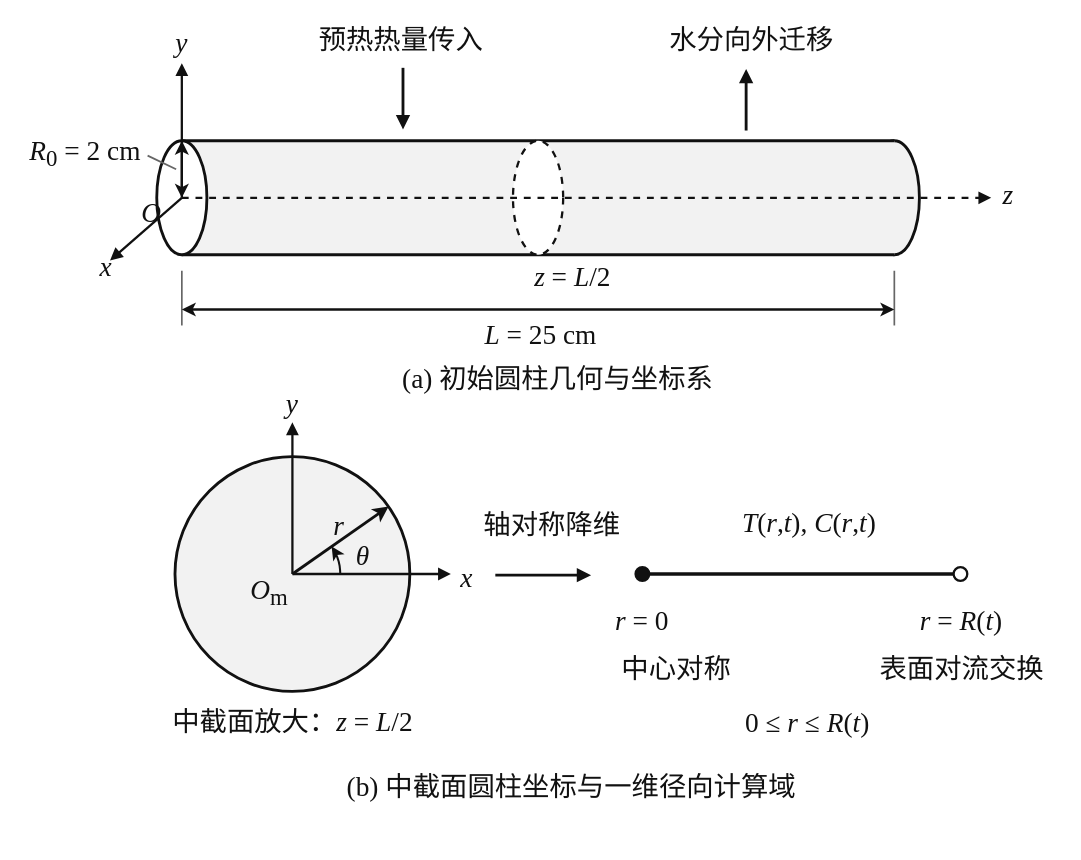
Earlier version of the draw.io diagram CUMCM2026Problems/A题/drawio/geometry_coordinates.drawio (Ruan-WH/26mathmodel). Source tidied: cells renumbered, new cells numbered last; positions are measured from the earlier drawing's top-left corner, leaving out a move shared by most shapes. Both pictures are drawn from the tidied source at 114%, with x=0, y=0 at pixel (19, 19).
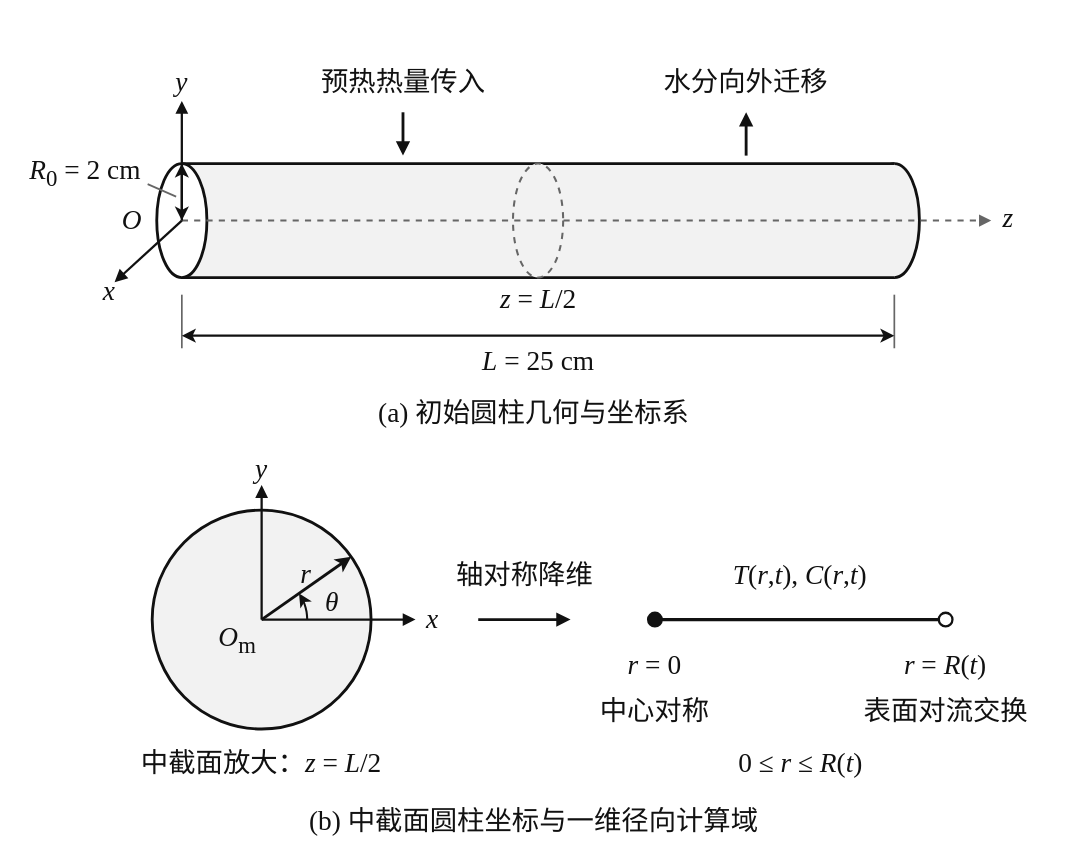
The same page after the edit.

Diff of the diagram source:
```diff
@@
     <mxCell id="2" style="ellipse;html=1;fillColor=#F2F2F2;strokeColor=#111111;strokeWidth=2.5;dashed=0;" parent="1" vertex="1">
-      <mxGeometry x="745" y="106" width="44" height="100" as="geometry" />
+      <mxGeometry x="745" y="126" width="44" height="100" as="geometry" />
     </mxCell>
     <mxCell id="3" style="fillColor=#F2F2F2;strokeColor=none;" parent="1" vertex="1">
-      <mxGeometry x="142" y="106" width="625" height="100" as="geometry" />
+      <mxGeometry x="142" y="126" width="625" height="100" as="geometry" />
     </mxCell>
     <mxCell id="4" style="edgeStyle=none;html=1;rounded=0;strokeColor=#111111;strokeWidth=2.5;endArrow=none;startArrow=none;endFill=1;startFill=1;dashed=0;" parent="1" edge="1">
       <mxGeometry relative="1" as="geometry">
-        <mxPoint x="142" y="106" as="sourcePoint" />
-        <mxPoint x="767" y="106" as="targetPoint" />
+        <mxPoint x="142" y="126" as="sourcePoint" />
+        <mxPoint x="767" y="126" as="targetPoint" />
       </mxGeometry>
     </mxCell>
     <mxCell id="5" style="edgeStyle=none;html=1;rounded=0;strokeColor=#111111;strokeWidth=2.5;endArrow=none;startArrow=none;endFill=1;startFill=1;dashed=0;" parent="1" edge="1">
       <mxGeometry relative="1" as="geometry">
-        <mxPoint x="142" y="206" as="sourcePoint" />
-        <mxPoint x="767" y="206" as="targetPoint" />
+        <mxPoint x="142" y="226" as="sourcePoint" />
+        <mxPoint x="767" y="226" as="targetPoint" />
       </mxGeometry>
     </mxCell>
-    <mxCell id="6" style="ellipse;html=1;fillColor=#FFFFFF;strokeColor=#111111;strokeWidth=2;dashed=1;" parent="1" vertex="1">
-      <mxGeometry x="432.5" y="106" width="44" height="100" as="geometry" />
+    <mxCell id="6" style="ellipse;html=1;fillColor=#F2F2F2;strokeColor=#666666;strokeWidth=1.8;dashed=1;" parent="1" vertex="1">
+      <mxGeometry x="432.5" y="126" width="44" height="100" as="geometry" />
     </mxCell>
     <mxCell id="7" style="ellipse;html=1;fillColor=#FFFFFF;strokeColor=#111111;strokeWidth=2.5;dashed=0;" parent="1" vertex="1">
-      <mxGeometry x="120" y="106" width="44" height="100" as="geometry" />
+      <mxGeometry x="120" y="126" width="44" height="100" as="geometry" />
     </mxCell>
-    <mxCell id="8" style="edgeStyle=none;html=1;rounded=0;strokeColor=#111111;strokeWidth=2;endArrow=block;startArrow=none;endFill=1;startFill=1;dashed=1;" parent="1" edge="1">
+    <mxCell id="8" style="edgeStyle=none;html=1;rounded=0;strokeColor=#666666;strokeWidth=1.8;endArrow=block;startArrow=none;endFill=1;startFill=1;dashed=1;" parent="1" edge="1">
       <mxGeometry relative="1" as="geometry">
-        <mxPoint x="142" y="156" as="sourcePoint" />
-        <mxPoint x="852" y="156" as="targetPoint" />
+        <mxPoint x="142" y="176" as="sourcePoint" />
+        <mxPoint x="852" y="176" as="targetPoint" />
       </mxGeometry>
     </mxCell>
     <mxCell id="9" style="edgeStyle=none;html=1;rounded=0;strokeColor=#111111;strokeWidth=2;endArrow=block;startArrow=none;endFill=1;startFill=1;dashed=0;" parent="1" edge="1">
       <mxGeometry relative="1" as="geometry">
-        <mxPoint x="142" y="156" as="sourcePoint" />
-        <mxPoint x="79" y="211" as="targetPoint" />
+        <mxPoint x="142" y="176" as="sourcePoint" />
+        <mxPoint x="83" y="230" as="targetPoint" />
       </mxGeometry>
     </mxCell>
     <mxCell id="10" style="edgeStyle=none;html=1;rounded=0;strokeColor=#111111;strokeWidth=2;endArrow=block;startArrow=none;endFill=1;startFill=1;dashed=0;" parent="1" edge="1">
       <mxGeometry relative="1" as="geometry">
-        <mxPoint x="142" y="156" as="sourcePoint" />
-        <mxPoint x="142" y="38" as="targetPoint" />
+        <mxPoint x="142" y="176" as="sourcePoint" />
+        <mxPoint x="142" y="71" as="targetPoint" />
       </mxGeometry>
     </mxCell>
     <mxCell id="11" value="&lt;div style=&quot;font-family:Times New Roman;font-size:24px;color:#111111;&quot;&gt;&lt;i&gt;O&lt;/i&gt;&lt;/div&gt;" style="text;html=1;strokeColor=none;fillColor=none;align=center;verticalAlign=middle;whiteSpace=wrap;fontSize=24;fontFamily=Times New Roman;" parent="1" vertex="1">
-      <mxGeometry x="103" y="155" width="25" height="30" as="geometry" />
+      <mxGeometry x="86" y="161" width="25" height="30" as="geometry" />
     </mxCell>
     <mxCell id="12" value="&lt;div style=&quot;font-family:Times New Roman;font-size:24px;color:#111111;&quot;&gt;&lt;i&gt;x&lt;/i&gt;&lt;/div&gt;" style="text;html=1;strokeColor=none;fillColor=none;align=center;verticalAlign=middle;whiteSpace=wrap;fontSize=24;fontFamily=Times New Roman;" parent="1" vertex="1">
-      <mxGeometry x="63" y="202" width="25" height="30" as="geometry" />
+      <mxGeometry x="66" y="223" width="25" height="30" as="geometry" />
     </mxCell>
     <mxCell id="13" value="&lt;div style=&quot;font-family:Times New Roman;font-size:24px;color:#111111;&quot;&gt;&lt;i&gt;y&lt;/i&gt;&lt;/div&gt;" style="text;html=1;strokeColor=none;fillColor=none;align=center;verticalAlign=middle;whiteSpace=wrap;fontSize=24;fontFamily=Times New Roman;" parent="1" vertex="1">
-      <mxGeometry x="125" y="6" width="34" height="30" as="geometry" />
+      <mxGeometry x="125" y="40" width="34" height="30" as="geometry" />
     </mxCell>
     <mxCell id="14" value="&lt;div style=&quot;font-family:Times New Roman;font-size:24px;color:#111111;&quot;&gt;&lt;i&gt;z&lt;/i&gt;&lt;/div&gt;" style="text;html=1;strokeColor=none;fillColor=none;align=center;verticalAlign=middle;whiteSpace=wrap;fontSize=24;fontFamily=Times New Roman;" parent="1" vertex="1">
-      <mxGeometry x="852" y="139" width="30" height="30" as="geometry" />
+      <mxGeometry x="852" y="159" width="30" height="30" as="geometry" />
     </mxCell>
     <mxCell id="15" style="edgeStyle=none;html=1;rounded=0;strokeColor=#111111;strokeWidth=2;endArrow=classic;startArrow=classic;endFill=1;startFill=1;dashed=0;" parent="1" edge="1">
       <mxGeometry relative="1" as="geometry">
-        <mxPoint x="142" y="156" as="sourcePoint" />
-        <mxPoint x="142" y="106" as="targetPoint" />
+        <mxPoint x="142" y="176" as="sourcePoint" />
+        <mxPoint x="142" y="126" as="targetPoint" />
       </mxGeometry>
     </mxCell>
     <mxCell id="16" value="&lt;div style=&quot;font-family:Times New Roman;font-size:24px;color:#111111;&quot;&gt;&lt;i&gt;R&lt;/i&gt;&lt;sub&gt;0&lt;/sub&gt; = 2 cm&lt;/div&gt;" style="text;html=1;strokeColor=none;fillColor=none;align=center;verticalAlign=middle;whiteSpace=wrap;fontSize=24;fontFamily=Times New Roman;" parent="1" vertex="1">
-      <mxGeometry y="86" width="115" height="62" as="geometry" />
+      <mxGeometry y="113" width="115" height="42" as="geometry" />
     </mxCell>
     <mxCell id="17" style="edgeStyle=none;html=1;rounded=0;strokeColor=#666666;strokeWidth=1.5;endArrow=none;startArrow=none;endFill=1;startFill=1;dashed=0;" parent="1" edge="1">
       <mxGeometry relative="1" as="geometry">
-        <mxPoint x="112" y="119" as="sourcePoint" />
-        <mxPoint x="137" y="131" as="targetPoint" />
+        <mxPoint x="112" y="144" as="sourcePoint" />
+        <mxPoint x="137" y="155" as="targetPoint" />
       </mxGeometry>
     </mxCell>
     <mxCell id="18" style="edgeStyle=none;html=1;rounded=0;strokeColor=#666666;strokeWidth=1.5;endArrow=none;startArrow=none;endFill=1;startFill=1;dashed=0;" parent="1" edge="1">
       <mxGeometry relative="1" as="geometry">
-        <mxPoint x="142" y="220" as="sourcePoint" />
-        <mxPoint x="142" y="268" as="targetPoint" />
+        <mxPoint x="142" y="241" as="sourcePoint" />
+        <mxPoint x="142" y="288" as="targetPoint" />
       </mxGeometry>
     </mxCell>
     <mxCell id="19" style="edgeStyle=none;html=1;rounded=0;strokeColor=#666666;strokeWidth=1.5;endArrow=none;startArrow=none;endFill=1;startFill=1;dashed=0;" parent="1" edge="1">
       <mxGeometry relative="1" as="geometry">
-        <mxPoint x="767" y="220" as="sourcePoint" />
-        <mxPoint x="767" y="268" as="targetPoint" />
+        <mxPoint x="767" y="241" as="sourcePoint" />
+        <mxPoint x="767" y="288" as="targetPoint" />
       </mxGeometry>
     </mxCell>
     <mxCell id="20" style="edgeStyle=none;html=1;rounded=0;strokeColor=#111111;strokeWidth=2;endArrow=classic;startArrow=classic;endFill=1;startFill=1;dashed=0;" parent="1" edge="1">
       <mxGeometry relative="1" as="geometry">
-        <mxPoint x="142" y="254" as="sourcePoint" />
-        <mxPoint x="767" y="254" as="targetPoint" />
+        <mxPoint x="142" y="277" as="sourcePoint" />
+        <mxPoint x="767" y="277" as="targetPoint" />
       </mxGeometry>
     </mxCell>
     <mxCell id="21" value="&lt;div style=&quot;font-family:Times New Roman;font-size:24px;color:#111111;&quot;&gt;&lt;i&gt;L&lt;/i&gt; = 25 cm&lt;/div&gt;" style="text;html=1;strokeColor=none;fillColor=none;align=center;verticalAlign=middle;whiteSpace=wrap;fontSize=24;fontFamily=Times New Roman;" parent="1" vertex="1">
-      <mxGeometry x="357" y="260" width="200" height="34" as="geometry" />
+      <mxGeometry x="354.5" y="283" width="200" height="34" as="geometry" />
     </mxCell>
     <mxCell id="22" value="&lt;div style=&quot;font-family:Times New Roman;font-size:24px;color:#111111;&quot;&gt;&lt;i&gt;z&lt;/i&gt; = &lt;i&gt;L&lt;/i&gt;/2&lt;/div&gt;" style="text;html=1;strokeColor=none;fillColor=none;align=center;verticalAlign=middle;whiteSpace=wrap;fontSize=24;fontFamily=Times New Roman;" parent="1" vertex="1">
-      <mxGeometry x="395" y="208" width="180" height="35" as="geometry" />
+      <mxGeometry x="364.5" y="227" width="180" height="35" as="geometry" />
     </mxCell>
     <mxCell id="23" style="edgeStyle=none;html=1;rounded=0;strokeColor=#111111;strokeWidth=2.5;endArrow=block;startArrow=none;endFill=1;startFill=1;dashed=0;" parent="1" edge="1">
       <mxGeometry relative="1" as="geometry">
-        <mxPoint x="336" y="42" as="sourcePoint" />
-        <mxPoint x="336" y="96" as="targetPoint" />
+        <mxPoint x="336" y="81" as="sourcePoint" />
+        <mxPoint x="336" y="119" as="targetPoint" />
       </mxGeometry>
     </mxCell>
     <mxCell id="24" value="&lt;div style=&quot;font-family:Times New Roman;font-size:24px;color:#111111;&quot;&gt;&lt;span style=&quot;font-family:SimSun;&quot;&gt;预热热量传入&lt;/span&gt;&lt;/div&gt;" style="text;html=1;strokeColor=none;fillColor=none;align=center;verticalAlign=middle;whiteSpace=wrap;fontSize=24;fontFamily=Times New Roman;" parent="1" vertex="1">
-      <mxGeometry x="227" width="215" height="35" as="geometry" />
+      <mxGeometry x="228.5" y="37" width="215" height="35" as="geometry" />
     </mxCell>
     <mxCell id="25" style="edgeStyle=none;html=1;rounded=0;strokeColor=#111111;strokeWidth=2.5;endArrow=block;startArrow=none;endFill=1;startFill=1;dashed=0;" parent="1" edge="1">
       <mxGeometry relative="1" as="geometry">
-        <mxPoint x="637" y="97" as="sourcePoint" />
-        <mxPoint x="637" y="43" as="targetPoint" />
+        <mxPoint x="637" y="119" as="sourcePoint" />
+        <mxPoint x="637" y="81" as="targetPoint" />
       </mxGeometry>
     </mxCell>
     <mxCell id="26" value="&lt;div style=&quot;font-family:Times New Roman;font-size:24px;color:#111111;&quot;&gt;&lt;span style=&quot;font-family:SimSun;&quot;&gt;水分向外迁移&lt;/span&gt;&lt;/div&gt;" style="text;html=1;strokeColor=none;fillColor=none;align=center;verticalAlign=middle;whiteSpace=wrap;fontSize=24;fontFamily=Times New Roman;" parent="1" vertex="1">
-      <mxGeometry x="547" width="190" height="35" as="geometry" />
+      <mxGeometry x="542" y="37" width="190" height="35" as="geometry" />
     </mxCell>
     <mxCell id="27" value="&lt;div style=&quot;font-family:Times New Roman;font-size:24px;color:#111111;&quot;&gt;(a) &lt;span style=&quot;font-family:SimSun;&quot;&gt;初始圆柱几何与坐标系&lt;/span&gt;&lt;/div&gt;" style="text;html=1;strokeColor=none;fillColor=none;align=center;verticalAlign=middle;whiteSpace=wrap;fontSize=24;fontFamily=Times New Roman;" parent="1" vertex="1">
-      <mxGeometry x="302" y="299" width="340" height="32" as="geometry" />
+      <mxGeometry x="16" y="328" width="870" height="34" as="geometry" />
     </mxCell>
     <mxCell id="28" style="ellipse;html=1;fillColor=#F2F2F2;strokeColor=#111111;strokeWidth=2.5;dashed=0;" parent="1" vertex="1">
-      <mxGeometry x="136" y="383" width="206" height="206" as="geometry" />
+      <mxGeometry x="116" y="430" width="192" height="192" as="geometry" />
     </mxCell>
     <mxCell id="29" style="edgeStyle=none;html=1;rounded=0;strokeColor=#111111;strokeWidth=2;endArrow=block;startArrow=none;endFill=1;startFill=1;dashed=0;" parent="1" edge="1">
       <mxGeometry relative="1" as="geometry">
-        <mxPoint x="239" y="486" as="sourcePoint" />
-        <mxPoint x="378" y="486" as="targetPoint" />
+        <mxPoint x="212" y="526" as="sourcePoint" />
+        <mxPoint x="347" y="526" as="targetPoint" />
       </mxGeometry>
     </mxCell>
     <mxCell id="30" style="edgeStyle=none;html=1;rounded=0;strokeColor=#111111;strokeWidth=2;endArrow=block;startArrow=none;endFill=1;startFill=1;dashed=0;" parent="1" edge="1">
       <mxGeometry relative="1" as="geometry">
-        <mxPoint x="239" y="486" as="sourcePoint" />
-        <mxPoint x="239" y="353" as="targetPoint" />
+        <mxPoint x="212" y="526" as="sourcePoint" />
+        <mxPoint x="212" y="408" as="targetPoint" />
       </mxGeometry>
     </mxCell>
     <mxCell id="31" value="&lt;div style=&quot;font-family:Times New Roman;font-size:24px;color:#111111;&quot;&gt;&lt;i&gt;x&lt;/i&gt;&lt;/div&gt;" style="text;html=1;strokeColor=none;fillColor=none;align=center;verticalAlign=middle;whiteSpace=wrap;fontSize=24;fontFamily=Times New Roman;" parent="1" vertex="1">
-      <mxGeometry x="377" y="475" width="30" height="30" as="geometry" />
+      <mxGeometry x="347" y="511" width="30" height="30" as="geometry" />
     </mxCell>
     <mxCell id="32" value="&lt;div style=&quot;font-family:Times New Roman;font-size:24px;color:#111111;&quot;&gt;&lt;i&gt;y&lt;/i&gt;&lt;/div&gt;" style="text;html=1;strokeColor=none;fillColor=none;align=center;verticalAlign=middle;whiteSpace=wrap;fontSize=24;fontFamily=Times New Roman;" parent="1" vertex="1">
-      <mxGeometry x="224" y="322" width="30" height="30" as="geometry" />
+      <mxGeometry x="196" y="380" width="32" height="28" as="geometry" />
     </mxCell>
     <mxCell id="33" value="&lt;div style=&quot;font-family:Times New Roman;font-size:24px;color:#111111;&quot;&gt;&lt;i&gt;O&lt;/i&gt;&lt;sub&gt;m&lt;/sub&gt;&lt;/div&gt;" style="text;html=1;strokeColor=none;fillColor=none;align=center;verticalAlign=middle;whiteSpace=wrap;fontSize=24;fontFamily=Times New Roman;" parent="1" vertex="1">
-      <mxGeometry x="199" y="484" width="40" height="35" as="geometry" />
+      <mxGeometry x="171" y="526" width="40" height="35" as="geometry" />
     </mxCell>
     <mxCell id="34" style="edgeStyle=none;html=1;rounded=0;strokeColor=#111111;strokeWidth=2.5;endArrow=classic;startArrow=none;endFill=1;startFill=1;dashed=0;" parent="1" edge="1">
       <mxGeometry relative="1" as="geometry">
-        <mxPoint x="239" y="486" as="sourcePoint" />
-        <mxPoint x="323.4" y="426.9" as="targetPoint" />
+        <mxPoint x="212" y="526" as="sourcePoint" />
+        <mxPoint x="290.6" y="470.9" as="targetPoint" />
       </mxGeometry>
     </mxCell>
     <mxCell id="35" value="&lt;div style=&quot;font-family:Times New Roman;font-size:24px;color:#111111;&quot;&gt;&lt;i&gt;r&lt;/i&gt;&lt;/div&gt;" style="text;html=1;strokeColor=none;fillColor=none;align=center;verticalAlign=middle;whiteSpace=wrap;fontSize=24;fontFamily=Times New Roman;" parent="1" vertex="1">
-      <mxGeometry x="265" y="429" width="30" height="30" as="geometry" />
+      <mxGeometry x="236" y="471" width="30" height="30" as="geometry" />
     </mxCell>
     <mxCell id="36" style="edgeStyle=none;html=1;rounded=0;strokeColor=#111111;strokeWidth=1.8;endArrow=classic;startArrow=none;endFill=1;startFill=1;dashed=0;" parent="1" edge="1">
       <mxGeometry relative="1" as="geometry">
-        <mxPoint x="281" y="486" as="sourcePoint" />
-        <mxPoint x="273.4" y="461.9" as="targetPoint" />
+        <mxPoint x="252" y="526" as="sourcePoint" />
+        <mxPoint x="244.8" y="503.1" as="targetPoint" />
         <Array as="points">
-          <mxPoint x="280.8" y="482.3" />
-          <mxPoint x="280.4" y="478.7" />
-          <mxPoint x="279.6" y="475.1" />
-          <mxPoint x="278.5" y="471.6" />
-          <mxPoint x="277.1" y="468.3" />
-          <mxPoint x="275.4" y="465" />
+          <mxPoint x="251.8" y="522.5" />
+          <mxPoint x="251.4" y="519.1" />
+          <mxPoint x="250.6" y="515.6" />
+          <mxPoint x="249.6" y="512.3" />
+          <mxPoint x="248.3" y="509.1" />
+          <mxPoint x="246.6" y="506" />
         </Array>
       </mxGeometry>
     </mxCell>
     <mxCell id="37" value="&lt;div style=&quot;font-family:Times New Roman;font-size:24px;color:#111111;&quot;&gt;&lt;i&gt;θ&lt;/i&gt;&lt;/div&gt;" style="text;html=1;strokeColor=none;fillColor=none;align=center;verticalAlign=middle;whiteSpace=wrap;fontSize=24;fontFamily=Times New Roman;" parent="1" vertex="1">
-      <mxGeometry x="286" y="456" width="30" height="30" as="geometry" />
+      <mxGeometry x="259" y="496" width="30" height="30" as="geometry" />
     </mxCell>
     <mxCell id="38" value="&lt;div style=&quot;font-family:Times New Roman;font-size:24px;color:#111111;&quot;&gt;&lt;span style=&quot;font-family:SimSun;&quot;&gt;中截面放大：&lt;/span&gt;&lt;i&gt;z&lt;/i&gt; = &lt;i&gt;L&lt;/i&gt;/2&lt;/div&gt;" style="text;html=1;strokeColor=none;fillColor=none;align=center;verticalAlign=middle;whiteSpace=wrap;fontSize=24;fontFamily=Times New Roman;" parent="1" vertex="1">
-      <mxGeometry x="117" y="598" width="245" height="35" as="geometry" />
+      <mxGeometry x="70" y="634" width="284" height="35" as="geometry" />
     </mxCell>
     <mxCell id="39" style="edgeStyle=none;html=1;rounded=0;strokeColor=#111111;strokeWidth=2.5;endArrow=block;startArrow=none;endFill=1;startFill=1;dashed=0;" parent="1" edge="1">
       <mxGeometry relative="1" as="geometry">
-        <mxPoint x="417" y="487" as="sourcePoint" />
-        <mxPoint x="501" y="487" as="targetPoint" />
+        <mxPoint x="402" y="526" as="sourcePoint" />
+        <mxPoint x="483" y="526" as="targetPoint" />
       </mxGeometry>
     </mxCell>
     <mxCell id="40" value="&lt;div style=&quot;font-family:Times New Roman;font-size:24px;color:#111111;&quot;&gt;&lt;span style=&quot;font-family:SimSun;&quot;&gt;轴对称降维&lt;/span&gt;&lt;/div&gt;" style="text;html=1;strokeColor=none;fillColor=none;align=center;verticalAlign=middle;whiteSpace=wrap;fontSize=24;fontFamily=Times New Roman;" parent="1" vertex="1">
-      <mxGeometry x="403" y="419" width="128" height="48" as="geometry" />
+      <mxGeometry x="371" y="468" width="144" height="38" as="geometry" />
     </mxCell>
     <mxCell id="41" style="edgeStyle=none;html=1;rounded=0;strokeColor=#111111;strokeWidth=3;endArrow=none;startArrow=none;endFill=1;startFill=1;dashed=0;" parent="1" edge="1">
       <mxGeometry relative="1" as="geometry">
-        <mxPoint x="546" y="486" as="sourcePoint" />
-        <mxPoint x="825" y="486" as="targetPoint" />
+        <mxPoint x="557" y="526" as="sourcePoint" />
+        <mxPoint x="812" y="526" as="targetPoint" />
       </mxGeometry>
     </mxCell>
     <mxCell id="42" style="ellipse;html=1;fillColor=#111111;strokeColor=#111111;strokeWidth=2;dashed=0;" parent="1" vertex="1">
-      <mxGeometry x="540" y="480" width="12" height="12" as="geometry" />
+      <mxGeometry x="551" y="520" width="12" height="12" as="geometry" />
     </mxCell>
     <mxCell id="43" style="ellipse;html=1;fillColor=#FFFFFF;strokeColor=#111111;strokeWidth=2;dashed=0;" parent="1" vertex="1">
-      <mxGeometry x="819" y="480" width="12" height="12" as="geometry" />
+      <mxGeometry x="806" y="520" width="12" height="12" as="geometry" />
     </mxCell>
     <mxCell id="44" value="&lt;div style=&quot;font-family:Times New Roman;font-size:24px;color:#111111;&quot;&gt;&lt;i&gt;r&lt;/i&gt; = 0&lt;/div&gt;" style="text;html=1;strokeColor=none;fillColor=none;align=center;verticalAlign=middle;whiteSpace=wrap;fontSize=24;fontFamily=Times New Roman;" parent="1" vertex="1">
-      <mxGeometry x="513" y="512" width="66" height="32" as="geometry" />
+      <mxGeometry x="524" y="550" width="66" height="32" as="geometry" />
     </mxCell>
     <mxCell id="45" value="&lt;div style=&quot;font-family:Times New Roman;font-size:24px;color:#111111;&quot;&gt;&lt;i&gt;r&lt;/i&gt; = &lt;i&gt;R&lt;/i&gt;(&lt;i&gt;t&lt;/i&gt;)&lt;/div&gt;" style="text;html=1;strokeColor=none;fillColor=none;align=center;verticalAlign=middle;whiteSpace=wrap;fontSize=24;fontFamily=Times New Roman;" parent="1" vertex="1">
-      <mxGeometry x="765" y="512" width="122" height="32" as="geometry" />
+      <mxGeometry x="751" y="550" width="122" height="32" as="geometry" />
     </mxCell>
     <mxCell id="46" value="&lt;div style=&quot;font-family:Times New Roman;font-size:24px;color:#111111;&quot;&gt;&lt;span style=&quot;font-family:SimSun;&quot;&gt;中心对称&lt;/span&gt;&lt;/div&gt;" style="text;html=1;strokeColor=none;fillColor=none;align=center;verticalAlign=middle;whiteSpace=wrap;fontSize=24;fontFamily=Times New Roman;" parent="1" vertex="1">
-      <mxGeometry x="520" y="553" width="112" height="34" as="geometry" />
+      <mxGeometry x="501" y="590" width="112" height="34" as="geometry" />
     </mxCell>
     <mxCell id="47" value="&lt;div style=&quot;font-family:Times New Roman;font-size:24px;color:#111111;&quot;&gt;&lt;span style=&quot;font-family:SimSun;&quot;&gt;表面对流交换&lt;/span&gt;&lt;/div&gt;" style="text;html=1;strokeColor=none;fillColor=none;align=center;verticalAlign=middle;whiteSpace=wrap;fontSize=24;fontFamily=Times New Roman;" parent="1" vertex="1">
-      <mxGeometry x="739" y="553" width="175" height="34" as="geometry" />
+      <mxGeometry x="724.5" y="590" width="175" height="34" as="geometry" />
     </mxCell>
     <mxCell id="48" value="&lt;div style=&quot;font-family:Times New Roman;font-size:24px;color:#111111;&quot;&gt;&lt;i&gt;T&lt;/i&gt;(&lt;i&gt;r&lt;/i&gt;,&lt;i&gt;t&lt;/i&gt;),  &lt;i&gt;C&lt;/i&gt;(&lt;i&gt;r&lt;/i&gt;,&lt;i&gt;t&lt;/i&gt;)&lt;/div&gt;" style="text;html=1;strokeColor=none;fillColor=none;align=center;verticalAlign=middle;whiteSpace=wrap;fontSize=24;fontFamily=Times New Roman;" parent="1" vertex="1">
-      <mxGeometry x="574" y="423" width="237" height="38" as="geometry" />
+      <mxGeometry x="566" y="468" width="237" height="38" as="geometry" />
     </mxCell>
     <mxCell id="49" value="&lt;div style=&quot;font-family:Times New Roman;font-size:24px;color:#111111;&quot;&gt;0 ≤ &lt;i&gt;r&lt;/i&gt; ≤ &lt;i&gt;R&lt;/i&gt;(&lt;i&gt;t&lt;/i&gt;)&lt;/div&gt;" style="text;html=1;strokeColor=none;fillColor=none;align=center;verticalAlign=middle;whiteSpace=wrap;fontSize=24;fontFamily=Times New Roman;" parent="1" vertex="1">
-      <mxGeometry x="538" y="599" width="306" height="35" as="geometry" />
+      <mxGeometry x="531.5" y="634" width="306" height="35" as="geometry" />
     </mxCell>
     <mxCell id="50" value="&lt;div style=&quot;font-family:Times New Roman;font-size:24px;color:#111111;&quot;&gt;(b) &lt;span style=&quot;font-family:SimSun;&quot;&gt;中截面圆柱坐标与一维径向计算域&lt;/span&gt;&lt;/div&gt;" style="text;html=1;strokeColor=none;fillColor=none;align=center;verticalAlign=middle;whiteSpace=wrap;fontSize=24;fontFamily=Times New Roman;" parent="1" vertex="1">
-      <mxGeometry x="180" y="656" width="608" height="34" as="geometry" />
+      <mxGeometry x="16" y="686" width="870" height="34" as="geometry" />
     </mxCell>
```
